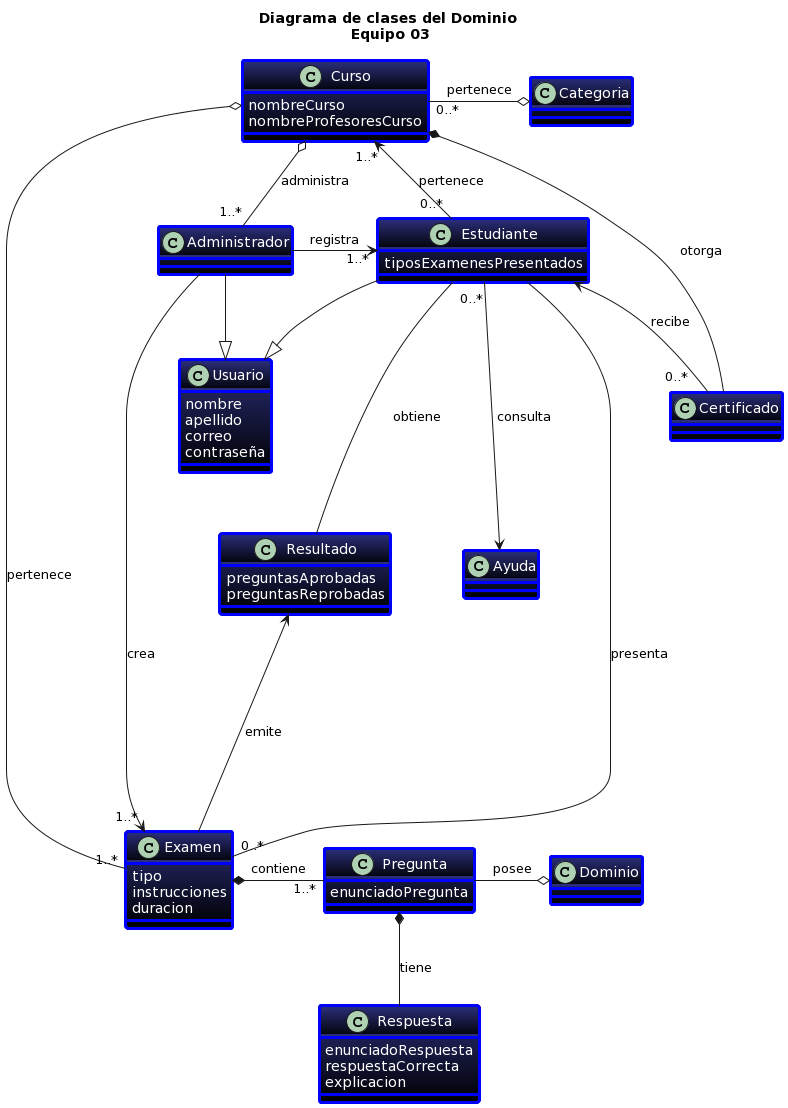
This is docs/scenariosView/diagramaClasesDominio/Diagrama de clases.png from febres35/EdTech_IS, a PlantUML export, as it was before one commit.
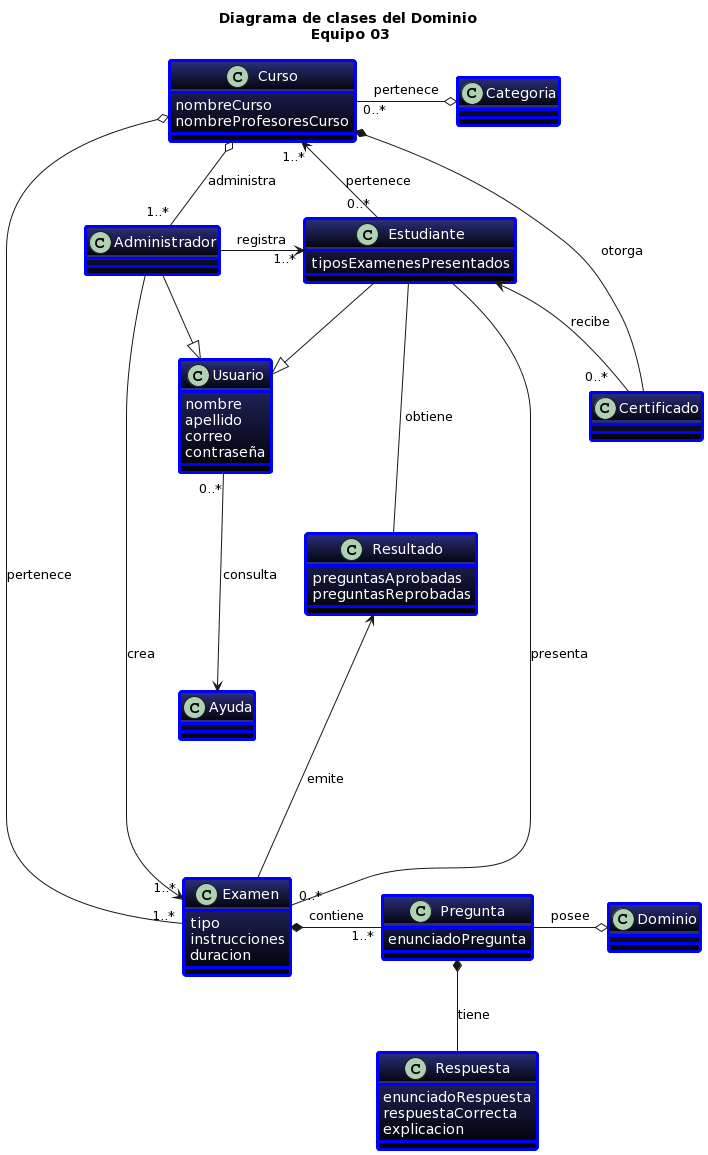
After the commit.

Commit message:
Cambio de relacion de la clase "Ayuda"

Change to the diagram source:
```diff
@@ -53,6 +53,7 @@
 
 Usuario <|-left- Administrador
 Usuario <|-up- Estudiante
+Usuario "0..*"---> Ayuda: consulta
 
 Administrador --> "1..*"Examen: crea
 Administrador -right-> "     1..*"Estudiante: registra
@@ -61,7 +62,6 @@
 Estudiante "0..*"-right->"    1..*"Curso: pertenece
 Estudiante -right- "0..*"Examen: presenta
 Estudiante <-- "0..*   "Certificado: recibe
-Estudiante "0..*"---> Ayuda: consulta
 Estudiante --- Resultado: "obtiene          "
 
 Examen *-right- "1..*"Pregunta: contiene
```
